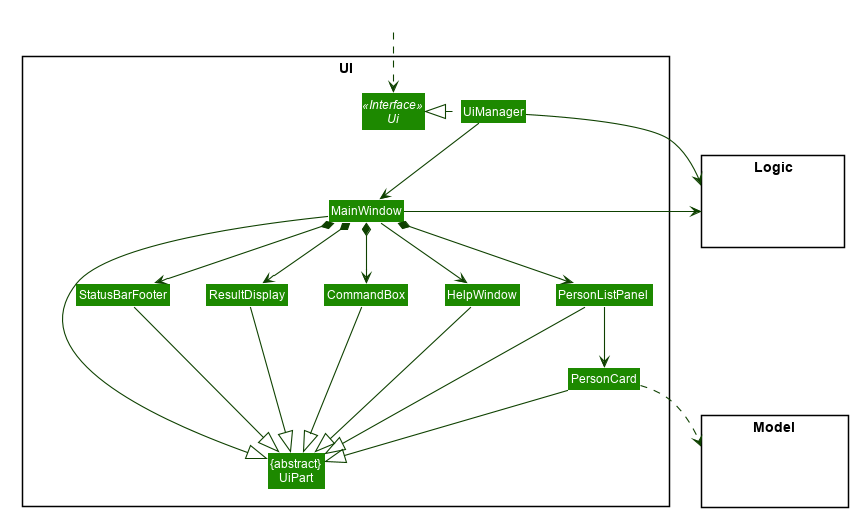
This is docs/images/UiClassDiagram.png from nus-cs2103-AY2021S2/tp, a PlantUML export, as it was before one commit.
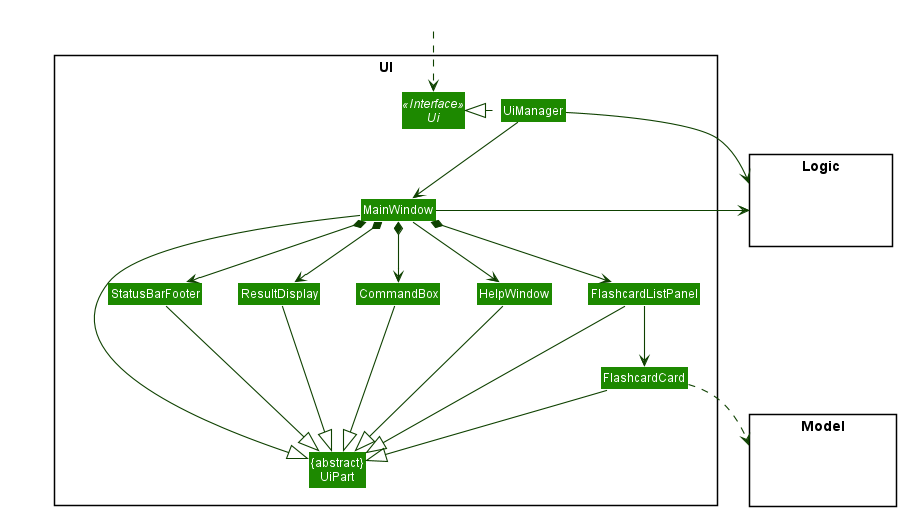
After the commit.

Diff of the diagram source:
```diff
@@ -1,55 +1,8 @@
 @startuml
-
-
-
-
-
-
-
-
-skinparam BackgroundColor #FFFFFFF
-
-skinparam Shadowing false
-
-skinparam Class {
-    FontColor #FFFFFF
-    BorderThickness 1
-    BorderColor #FFFFFF
-    StereotypeFontColor #FFFFFF
-    FontName Arial
-}
-
-skinparam Actor {
-    BorderColor #000000
-    Color #000000
-    FontName Arial
-}
-
-skinparam Sequence {
-    MessageAlign center
-    BoxFontSize 15
-    BoxPadding 0
-    BoxFontColor #FFFFFF
-    FontName Arial
-}
-
-skinparam Participant {
-    FontColor #FFFFFFF
-    Padding 20
-}
-
-skinparam MinClassWidth 50
-skinparam ParticipantPadding 10
-skinparam Shadowing false
-skinparam DefaultTextAlignment center
-skinparam packageStyle Rectangle
-
-hide footbox
-hide members
-hide circle
+!include style.puml
 skinparam arrowThickness 1.1
-skinparam arrowColor #0E4100
-skinparam classBackgroundColor #1D8900
+skinparam arrowColor UI_COLOR_T4
+skinparam classBackgroundColor UI_COLOR
 
 package UI <<Rectangle>>{
 Interface Ui <<Interface>>
@@ -58,8 +11,8 @@
 Class MainWindow
 Class HelpWindow
 Class ResultDisplay
-Class PersonListPanel
-Class PersonCard
+Class FlashcardListPanel
+Class FlashcardCard
 Class StatusBarFooter
 Class CommandBox
 }
@@ -80,25 +33,25 @@
 MainWindow --> HelpWindow
 MainWindow *-down-> CommandBox
 MainWindow *-down-> ResultDisplay
-MainWindow *-down-> PersonListPanel
+MainWindow *-down-> FlashcardListPanel
 MainWindow *-down-> StatusBarFooter
 
-PersonListPanel -down-> PersonCard
+FlashcardListPanel -down-> FlashcardCard
 
 MainWindow -left-|> UiPart
 
 ResultDisplay --|> UiPart
 CommandBox --|> UiPart
-PersonListPanel --|> UiPart
-PersonCard --|> UiPart
+FlashcardListPanel --|> UiPart
+FlashcardCard --|> UiPart
 StatusBarFooter --|> UiPart
 HelpWindow -down-|> UiPart
 
-PersonCard ..> Model
+FlashcardCard ..> Model
 UiManager -right-> Logic
 MainWindow -left-> Logic
 
-PersonListPanel -[hidden]left- HelpWindow
+FlashcardListPanel -[hidden]left- HelpWindow
 HelpWindow -[hidden]left- CommandBox
 CommandBox -[hidden]left- ResultDisplay
 ResultDisplay -[hidden]left- StatusBarFooter
```
